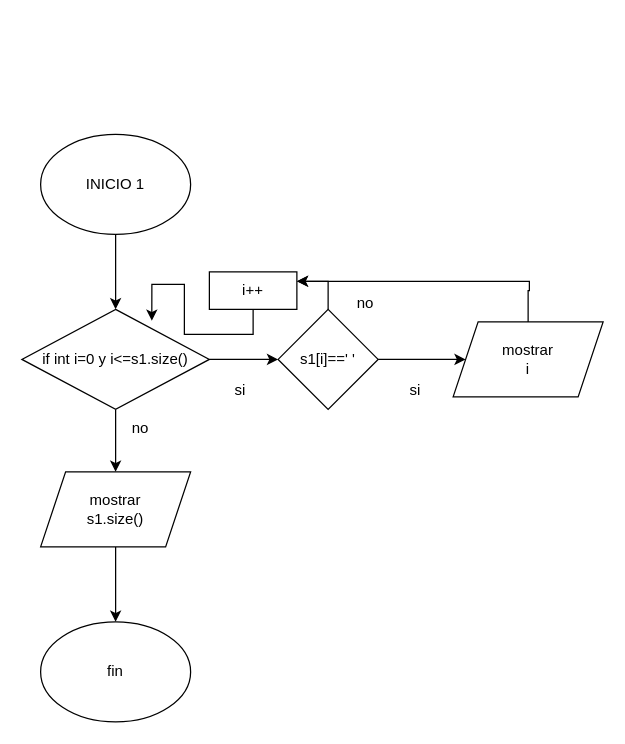
Above: practico 2/ej1.drawio in josue-balbontin/diagrama-de-flujo (draw.io), before the change. Source tidied: cells renumbered, new cells numbered last; positions are measured from the earlier drawing's top-left corner, leaving out a move shared by most shapes. Both pictures are drawn from the tidied source at 125%, with x=0, y=0 at pixel (21, 134).
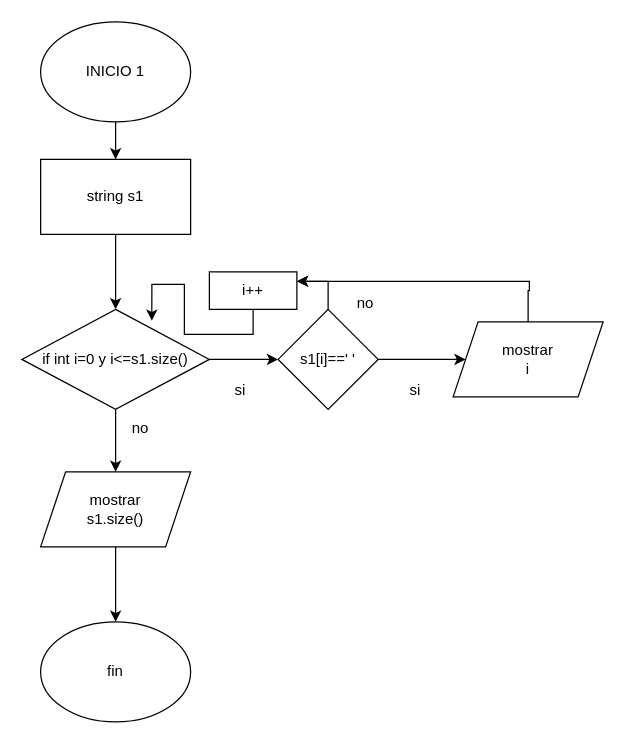
Above is the later version.

Unchanged cells that the change refers to:
```xml
<mxCell id="6" value="if&amp;nbsp;int i=0 y i&amp;lt;=s1.size()" style="rhombus;whiteSpace=wrap;html=1;" parent="1" vertex="1">
  <mxGeometry y="140" width="150" height="80" as="geometry" />
</mxCell>
```

Change to the diagram source:
```diff
@@
-    <mxCell id="2" style="edgeStyle=orthogonalEdgeStyle;rounded=0;jettySize=auto;html=1;" parent="1" edge="1" source="3" target="6">
-      <mxGeometry relative="1" as="geometry" />
-    </mxCell>
+    <mxCell id="21" style="edgeStyle=orthogonalEdgeStyle;rounded=0;jettySize=auto;html=1;entryX=0.5;entryY=0;entryDx=0;entryDy=0;" parent="1" edge="1" source="3" target="23">
+      <mxGeometry relative="1" as="geometry" />
+    </mxCell>
     <mxCell id="3" value="INICIO 1" style="ellipse;whiteSpace=wrap;html=1;" parent="1" vertex="1">
-      <mxGeometry x="15" width="120" height="80" as="geometry" />
+      <mxGeometry x="15" y="-90" width="120" height="80" as="geometry" />
     </mxCell>
@@
+    <mxCell id="22" style="edgeStyle=orthogonalEdgeStyle;rounded=0;jettySize=auto;html=1;entryX=0.5;entryY=0;entryDx=0;entryDy=0;" parent="1" edge="1" source="23" target="6">
+      <mxGeometry relative="1" as="geometry" />
+    </mxCell>
+    <mxCell id="23" value="string s1" style="rounded=0;whiteSpace=wrap;html=1;" parent="1" vertex="1">
+      <mxGeometry x="15" y="20" width="120" height="60" as="geometry" />
+    </mxCell>
```
